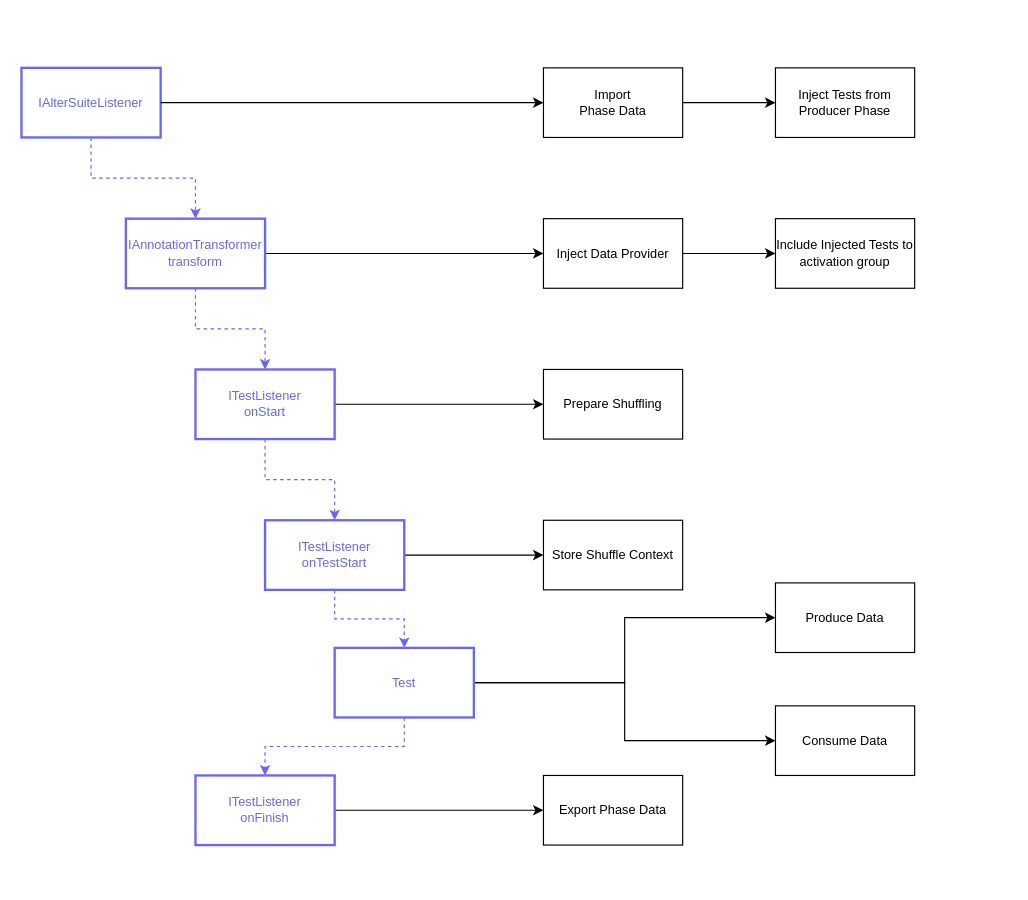
Above: page "TestNG Process" (11 of 11) of diagrams/PhasedDiagrams.drawio in adobe/phased-testing (draw.io), before the change. Source tidied: cells renumbered, new cells numbered last; positions are measured from the earlier drawing's top-left corner, leaving out a move shared by most shapes. Both pictures are drawn from the tidied source at 116%, with x=0, y=0 at pixel (21, 67).
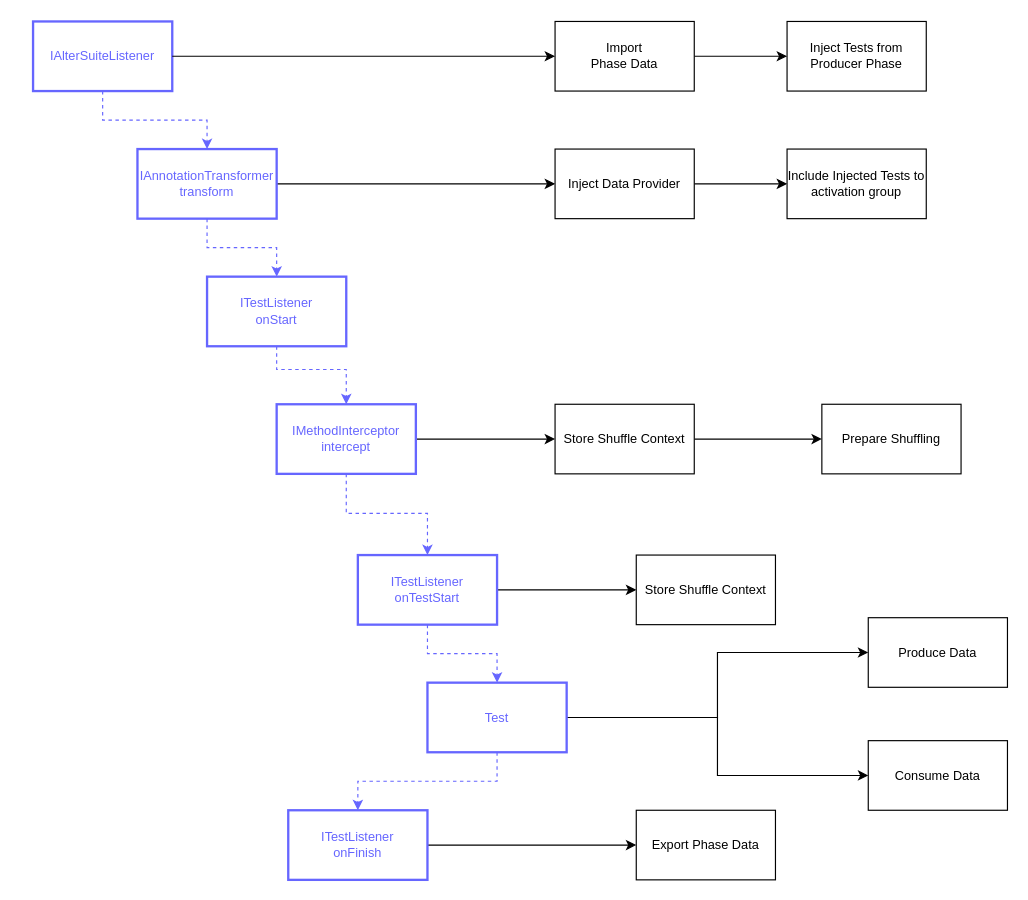
The same diagram, later.

Commit message (it also covers changes not shown here):
force merged diagram from main

Change to the diagram source:
```diff
@@
     <mxCell id="4" value="IAnnotationTransformer&lt;br&gt;transform" style="rounded=0;whiteSpace=wrap;html=1;fontSize=11;align=center;strokeWidth=2;strokeColor=#6666FF;fontColor=#6666FF;" parent="1" vertex="1">
-      <mxGeometry x="90" y="130" width="120" height="60" as="geometry" />
+      <mxGeometry x="100" y="70" width="120" height="60" as="geometry" />
     </mxCell>
-    <mxCell id="5" style="edgeStyle=orthogonalEdgeStyle;rounded=0;jumpStyle=arc;jumpSize=15;jettySize=auto;html=1;fontSize=11;startArrow=none;startFill=0;endArrow=classic;endFill=1;dashed=1;fontColor=#6666FF;strokeColor=#6666FF;" parent="1" edge="1" source="7" target="10">
-      <mxGeometry relative="1" as="geometry" />
-    </mxCell>
-    <mxCell id="6" style="edgeStyle=orthogonalEdgeStyle;rounded=0;jumpStyle=arc;jumpSize=15;jettySize=auto;html=1;exitX=1;exitY=0.5;exitDx=0;exitDy=0;entryX=0;entryY=0.5;entryDx=0;entryDy=0;fontSize=11;startArrow=none;startFill=0;endArrow=classic;endFill=1;" parent="1" edge="1" source="7">
-      <mxGeometry relative="1" as="geometry">
-        <mxPoint x="450" y="290" as="targetPoint" />
-      </mxGeometry>
-    </mxCell>
+    <mxCell id="31" style="edgeStyle=orthogonalEdgeStyle;rounded=0;jumpStyle=arc;jumpSize=15;jettySize=auto;html=1;fontSize=11;startArrow=none;startFill=0;endArrow=classic;endFill=1;dashed=1;fontColor=#6666FF;strokeColor=#6666FF;entryX=0.5;entryY=0;entryDx=0;entryDy=0;" parent="1" edge="1" source="7" target="36">
+      <mxGeometry relative="1" as="geometry">
+        <Array as="points">
+          <mxPoint x="220" y="260" />
+          <mxPoint x="280" y="260" />
+        </Array>
+      </mxGeometry>
+    </mxCell>
     <mxCell id="7" value="ITestListener&lt;br&gt;onStart" style="whiteSpace=wrap;html=1;rounded=0;fontSize=11;fontColor=#6666FF;strokeColor=#6666FF;strokeWidth=2;" parent="1" vertex="1">
-      <mxGeometry x="150" y="260" width="120" height="60" as="geometry" />
+      <mxGeometry x="160" y="180" width="120" height="60" as="geometry" />
     </mxCell>
@@
-    <mxCell id="9" style="edgeStyle=orthogonalEdgeStyle;rounded=0;jumpStyle=arc;jumpSize=15;jettySize=auto;html=1;exitX=1;exitY=0.5;exitDx=0;exitDy=0;entryX=0;entryY=0.5;entryDx=0;entryDy=0;fontSize=11;startArrow=none;startFill=0;endArrow=classic;endFill=1;" parent="1" edge="1" source="10" target="20">
-      <mxGeometry relative="1" as="geometry" />
-    </mxCell>
+    <mxCell id="32" style="edgeStyle=orthogonalEdgeStyle;rounded=0;jumpStyle=arc;jumpSize=15;jettySize=auto;html=1;exitX=1;exitY=0.5;exitDx=0;exitDy=0;entryX=0;entryY=0.5;entryDx=0;entryDy=0;fontSize=11;startArrow=none;startFill=0;endArrow=classic;endFill=1;" parent="1" edge="1" source="10" target="34">
+      <mxGeometry relative="1" as="geometry" />
+    </mxCell>
     <mxCell id="10" value="ITestListener&lt;br&gt;onTestStart" style="whiteSpace=wrap;html=1;rounded=0;fontSize=11;fontColor=#6666FF;strokeColor=#6666FF;strokeWidth=2;" parent="1" vertex="1">
-      <mxGeometry x="210" y="390" width="120" height="60" as="geometry" />
+      <mxGeometry x="290" y="420" width="120" height="60" as="geometry" />
     </mxCell>
@@
     <mxCell id="14" value="Test" style="whiteSpace=wrap;html=1;rounded=0;fontSize=11;fontColor=#6666FF;strokeColor=#6666FF;strokeWidth=2;" parent="1" vertex="1">
-      <mxGeometry x="270" y="500" width="120" height="60" as="geometry" />
+      <mxGeometry x="350" y="530" width="120" height="60" as="geometry" />
     </mxCell>
-    <mxCell id="15" style="edgeStyle=orthogonalEdgeStyle;rounded=0;jumpStyle=arc;jumpSize=15;jettySize=auto;html=1;exitX=1;exitY=0.5;exitDx=0;exitDy=0;fontSize=11;startArrow=none;startFill=0;endArrow=classic;endFill=1;" parent="1" edge="1" source="16">
-      <mxGeometry relative="1" as="geometry">
-        <mxPoint x="450" y="640" as="targetPoint" />
-      </mxGeometry>
-    </mxCell>
+    <mxCell id="33" style="edgeStyle=orthogonalEdgeStyle;rounded=0;jumpStyle=arc;jumpSize=15;jettySize=auto;html=1;exitX=1;exitY=0.5;exitDx=0;exitDy=0;fontSize=11;startArrow=none;startFill=0;endArrow=classic;endFill=1;" parent="1" edge="1" source="16">
+      <mxGeometry relative="1" as="geometry">
+        <mxPoint x="530" y="670" as="targetPoint" />
+      </mxGeometry>
+    </mxCell>
     <mxCell id="16" value="ITestListener&lt;br&gt;onFinish" style="whiteSpace=wrap;html=1;rounded=0;fontSize=11;fontColor=#6666FF;strokeColor=#6666FF;strokeWidth=2;" parent="1" vertex="1">
-      <mxGeometry x="150" y="610" width="120" height="60" as="geometry" />
+      <mxGeometry x="230" y="640" width="120" height="60" as="geometry" />
     </mxCell>
@@
     <mxCell id="18" value="Inject Data Provider" style="rounded=0;whiteSpace=wrap;html=1;fontSize=11;align=center;" parent="1" vertex="1">
-      <mxGeometry x="450" y="130" width="120" height="60" as="geometry" />
+      <mxGeometry x="460" y="70" width="120" height="60" as="geometry" />
     </mxCell>
     <mxCell id="19" value="Prepare Shuffling" style="whiteSpace=wrap;html=1;rounded=0;fontSize=11;" parent="1" vertex="1">
-      <mxGeometry x="450" y="260" width="120" height="60" as="geometry" />
+      <mxGeometry x="690" y="290" width="120" height="60" as="geometry" />
     </mxCell>
-    <mxCell id="20" value="Store Shuffle Context" style="rounded=0;whiteSpace=wrap;html=1;fontSize=11;align=center;" parent="1" vertex="1">
-      <mxGeometry x="450" y="390" width="120" height="60" as="geometry" />
-    </mxCell>
+    <mxCell id="34" value="Store Shuffle Context" style="rounded=0;whiteSpace=wrap;html=1;fontSize=11;align=center;" parent="1" vertex="1">
+      <mxGeometry x="530" y="420" width="120" height="60" as="geometry" />
+    </mxCell>
     <mxCell id="21" value="Produce Data" style="rounded=0;whiteSpace=wrap;html=1;fontSize=11;align=center;" parent="1" vertex="1">
-      <mxGeometry x="650" y="444" width="120" height="60" as="geometry" />
+      <mxGeometry x="730" y="474" width="120" height="60" as="geometry" />
     </mxCell>
     <mxCell id="22" value="Consume Data" style="rounded=0;whiteSpace=wrap;html=1;fontSize=11;align=center;" parent="1" vertex="1">
-      <mxGeometry x="650" y="550" width="120" height="60" as="geometry" />
+      <mxGeometry x="730" y="580" width="120" height="60" as="geometry" />
     </mxCell>
     <mxCell id="23" value="Export Phase Data" style="rounded=0;whiteSpace=wrap;html=1;fontSize=11;align=center;" parent="1" vertex="1">
-      <mxGeometry x="450" y="610" width="120" height="60" as="geometry" />
+      <mxGeometry x="530" y="640" width="120" height="60" as="geometry" />
     </mxCell>
     <mxCell id="24" value="IAlterSuiteListener" style="rounded=0;whiteSpace=wrap;html=1;fontSize=11;align=center;strokeWidth=2;strokeColor=#6666FF;fontColor=#6666FF;" parent="1" vertex="1">
-      <mxGeometry width="120" height="60" as="geometry" />
+      <mxGeometry x="10" y="-40" width="120" height="60" as="geometry" />
     </mxCell>
@@
     <mxCell id="27" value="Import&lt;br&gt;Phase Data" style="rounded=0;whiteSpace=wrap;html=1;fontSize=11;align=center;" parent="1" vertex="1">
-      <mxGeometry x="450" width="120" height="60" as="geometry" />
+      <mxGeometry x="460" y="-40" width="120" height="60" as="geometry" />
     </mxCell>
@@
     <mxCell id="29" value="Inject Tests from Producer Phase" style="rounded=0;whiteSpace=wrap;html=1;fontSize=11;align=center;" parent="1" vertex="1">
-      <mxGeometry x="650" width="120" height="60" as="geometry" />
+      <mxGeometry x="660" y="-40" width="120" height="60" as="geometry" />
     </mxCell>
     <mxCell id="30" value="Include Injected Tests to activation group" style="rounded=0;whiteSpace=wrap;html=1;fontSize=11;align=center;" parent="1" vertex="1">
-      <mxGeometry x="650" y="130" width="120" height="60" as="geometry" />
+      <mxGeometry x="660" y="70" width="120" height="60" as="geometry" />
     </mxCell>
+    <mxCell id="35" style="edgeStyle=orthogonalEdgeStyle;rounded=0;jettySize=auto;html=1;exitX=1;exitY=0.5;exitDx=0;exitDy=0;" parent="1" edge="1" source="36" target="38">
+      <mxGeometry relative="1" as="geometry" />
+    </mxCell>
+    <mxCell id="36" value="IMethodInterceptor&lt;br&gt;intercept" style="whiteSpace=wrap;html=1;rounded=0;fontSize=11;fontColor=#6666FF;strokeColor=#6666FF;strokeWidth=2;" parent="1" vertex="1">
+      <mxGeometry x="220" y="290" width="120" height="60" as="geometry" />
+    </mxCell>
+    <mxCell id="37" style="edgeStyle=orthogonalEdgeStyle;rounded=0;jettySize=auto;html=1;" parent="1" edge="1" source="38" target="19">
+      <mxGeometry relative="1" as="geometry" />
+    </mxCell>
+    <mxCell id="38" value="Store Shuffle Context" style="rounded=0;whiteSpace=wrap;html=1;fontSize=11;align=center;" parent="1" vertex="1">
+      <mxGeometry x="460" y="290" width="120" height="60" as="geometry" />
+    </mxCell>
+    <mxCell id="39" style="edgeStyle=orthogonalEdgeStyle;rounded=0;jumpStyle=arc;jumpSize=15;jettySize=auto;html=1;fontSize=11;startArrow=none;startFill=0;endArrow=classic;endFill=1;dashed=1;fontColor=#6666FF;strokeColor=#6666FF;entryX=0.5;entryY=0;entryDx=0;entryDy=0;exitX=0.5;exitY=1;exitDx=0;exitDy=0;" parent="1" edge="1" source="36" target="10">
+      <mxGeometry relative="1" as="geometry">
+        <Array as="points">
+          <mxPoint x="280" y="384" />
+          <mxPoint x="350" y="384" />
+        </Array>
+      </mxGeometry>
+    </mxCell>
```
